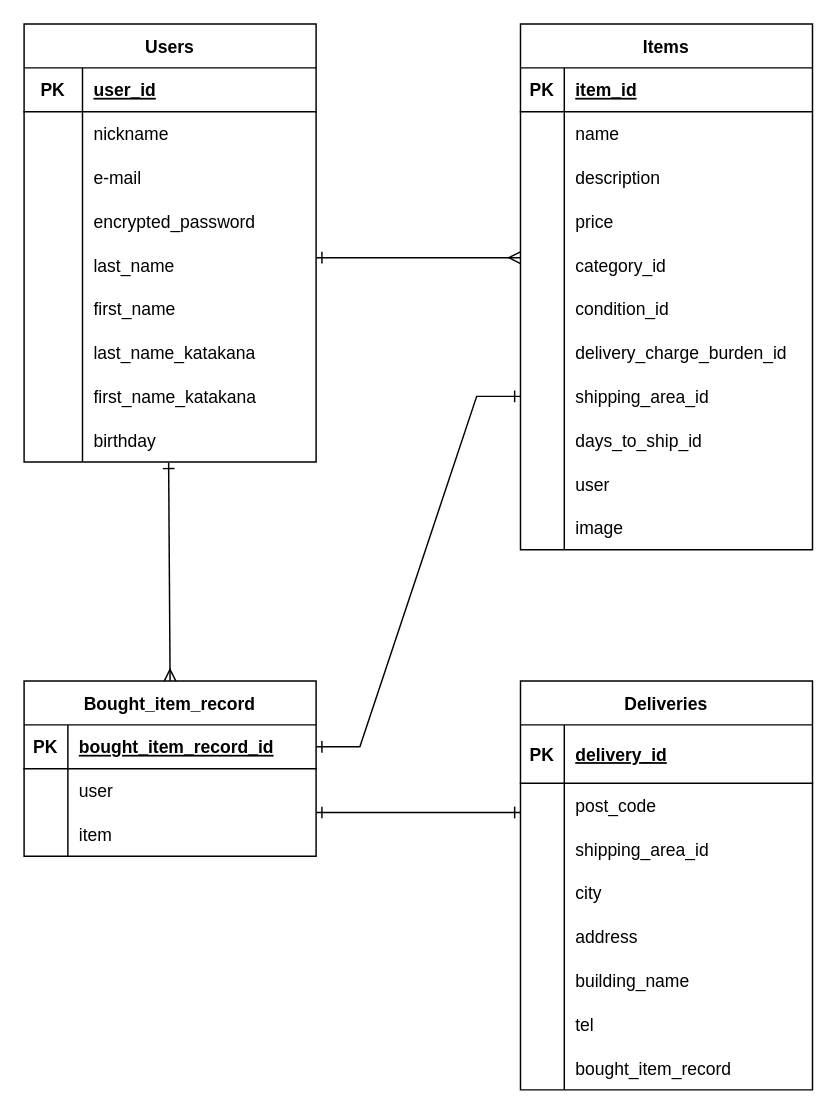
Above: furima.dio in maaaaqqqq/furima-37360 (draw.io), before the change. Source tidied: cells renumbered, new cells numbered last; positions are measured from the earlier drawing's top-left corner, leaving out a move shared by most shapes. Both pictures are drawn from the tidied source at 146%, with x=0, y=0 at pixel (23, 23).
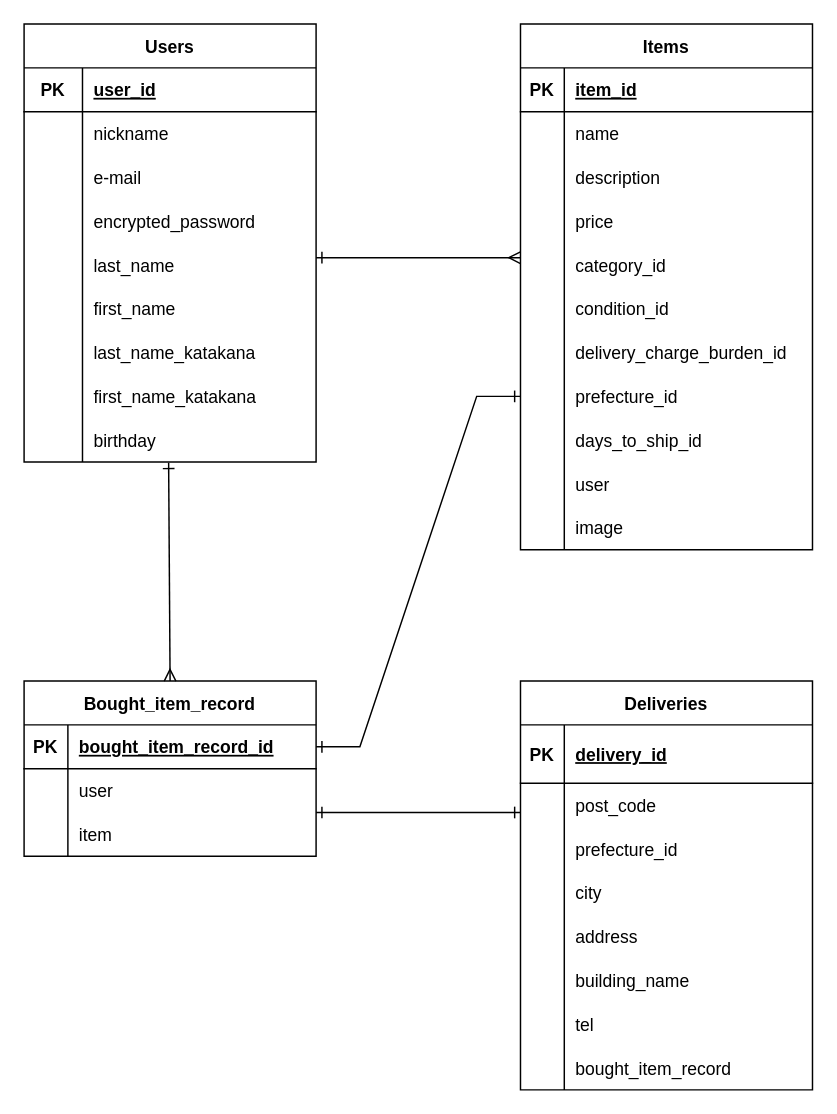
The same page after the edit.

Commit message (it also covers changes not shown here):
ActiveHash関係,README,ER図変更

The change refers to these unchanged cells:
```xml
<mxCell id="52" style="shape=partialRectangle;fillColor=none;top=0;left=0;bottom=0;right=0;points=[[0,0.5],[1,0.5]];portConstraint=eastwest;rounded=0;" parent="30" vertex="1">
  <mxGeometry y="240" width="200" height="30" as="geometry" />
</mxCell>
<mxCell id="81" style="shape=partialRectangle;fillColor=none;top=0;left=0;bottom=0;right=0;rounded=0;" parent="74" vertex="1">
  <mxGeometry y="100" width="200" height="30" as="geometry" />
</mxCell>
```

The edit, as a diff of the source:
```diff
@@
-    <mxCell id="54" value="shipping_area_id" style="shape=partialRectangle;fillColor=none;top=0;left=0;bottom=0;right=0;align=left;spacingLeft=6;overflow=hidden;rounded=0;" parent="52" vertex="1">
+    <mxCell id="54" value="prefecture_id" style="shape=partialRectangle;fillColor=none;top=0;left=0;bottom=0;right=0;align=left;spacingLeft=6;overflow=hidden;rounded=0;" parent="52" vertex="1">
       <mxGeometry x="30" width="170" height="30" as="geometry" />
     </mxCell>
@@
-    <mxCell id="83" value="shipping_area_id" style="shape=partialRectangle;fillColor=none;top=0;left=0;bottom=0;right=0;align=left;spacingLeft=6;overflow=hidden;rounded=0;" parent="81" vertex="1">
+    <mxCell id="83" value="prefecture_id" style="shape=partialRectangle;fillColor=none;top=0;left=0;bottom=0;right=0;align=left;spacingLeft=6;overflow=hidden;rounded=0;" parent="81" vertex="1">
       <mxGeometry x="30" width="170" height="30" as="geometry" />
     </mxCell>
```
